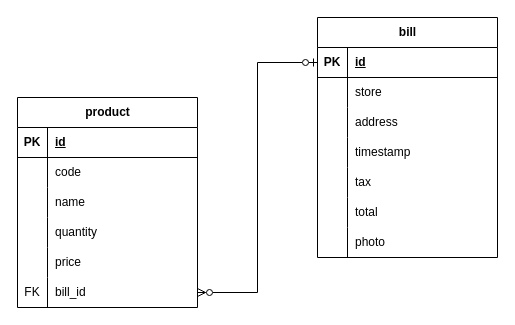
The draw.io diagram doc/diagram/schema.drawio in aleepl/purchase-tracker, before the edit. Source tidied: cells renumbered, new cells numbered last; positions are measured from the earlier drawing's top-left corner, leaving out a move shared by most shapes. Both pictures are drawn from the tidied source at 100%, with x=0, y=0 at pixel (17, 17).
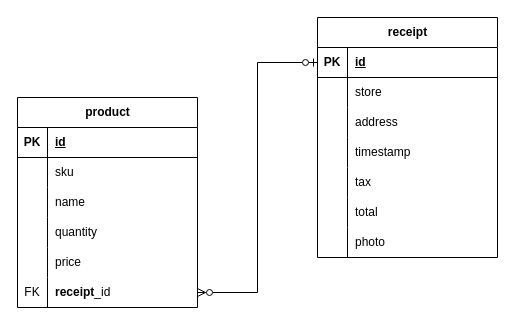
Above is the later version.

The change refers to these unchanged cells:
```xml
<mxCell id="6" style="shape=tableRow;horizontal=0;startSize=0;swimlaneHead=0;swimlaneBody=0;fillColor=none;top=0;left=0;right=0;bottom=0;" parent="2" vertex="1">
  <mxGeometry y="60" width="180" height="30" as="geometry" />
</mxCell>
<mxCell id="18" style="shape=tableRow;horizontal=0;startSize=0;swimlaneHead=0;swimlaneBody=0;fillColor=none;points=[[0,0.5],[1,0.5]];portConstraint=eastwest;top=0;left=0;right=0;bottom=0;" parent="2" vertex="1">
  <mxGeometry y="180" width="180" height="30" as="geometry" />
</mxCell>
```

The edit, as a diff of the source:
```diff
@@
-    <mxCell id="8" value="code" style="shape=partialRectangle;fillColor=none;top=0;left=0;bottom=0;right=0;align=left;spacingLeft=6;overflow=hidden;whiteSpace=wrap;html=1;" parent="6" vertex="1">
+    <mxCell id="8" value="sku" style="shape=partialRectangle;fillColor=none;top=0;left=0;bottom=0;right=0;align=left;spacingLeft=6;overflow=hidden;whiteSpace=wrap;html=1;" parent="6" vertex="1">
       <mxGeometry x="30" width="150" height="30" as="geometry" />
     </mxCell>
@@
-    <mxCell id="20" value="bill_id" style="shape=partialRectangle;fillColor=none;top=0;left=0;bottom=0;right=0;align=left;spacingLeft=6;overflow=hidden;whiteSpace=wrap;html=1;" parent="18" vertex="1">
+    <mxCell id="20" value="&lt;span style=&quot;font-weight: 700; text-align: center; text-wrap-mode: nowrap;&quot;&gt;receipt&lt;/span&gt;_id" style="shape=partialRectangle;fillColor=none;top=0;left=0;bottom=0;right=0;align=left;spacingLeft=6;overflow=hidden;whiteSpace=wrap;html=1;" parent="18" vertex="1">
       <mxGeometry x="30" width="150" height="30" as="geometry" />
     </mxCell>
-    <mxCell id="21" value="bill" style="shape=table;startSize=30;childLayout=tableLayout;rowLines=0;fontStyle=1;align=center;html=1;" parent="1" vertex="1">
+    <mxCell id="21" value="receipt" style="shape=table;startSize=30;childLayout=tableLayout;rowLines=0;fontStyle=1;align=center;html=1;" parent="1" vertex="1">
       <mxGeometry x="300" width="180" height="240" as="geometry" />
     </mxCell>
```
